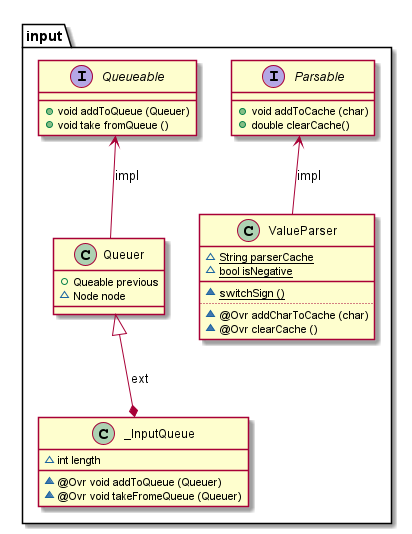
vitalispopoff/calculator keeps this PlantUML diagram as src/main/resources/static/package_input_structure.png. Above is the earlier version.
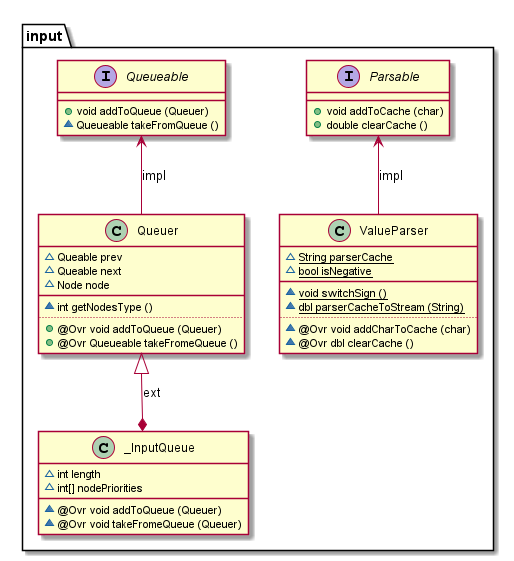
The same file after the commit.

The edit, as a diff of the source:
```diff
@@ -3,39 +3,47 @@
 package input{
 
     interface Parsable{
-            +{method} void addToCache (char)
-            +{method} double clearCache()
+            + {method} void addToCache (char)
+            + {method} double clearCache ()
     }
 
     class ValueParser{
-            ~{field}{static} String parserCache
-            ~{field}{static} bool isNegative
-            __
-            ~{method}{static}switchSign ()
-            ..
-            ~{method} @Ovr addCharToCache (char)
-            ~{method} @Ovr clearCache ()
+            ~ {field} {static} String parserCache
+            ~ {field} {static} bool isNegative
+        __
+            ~ {method} {static} void switchSign ()
+            ~ {method} {static} dbl parserCacheToStream (String)
+        ..
+            ~ {method} @Ovr void addCharToCache (char)
+            ~ {method} @Ovr dbl clearCache ()
     }
 
     interface Queueable{
-            +{method} void addToQueue (Queuer)
-            +{method} void take fromQueue ()
+            + {method} void addToQueue (Queuer)
+            ~ {method} Queueable takeFromQueue ()
     }
 
     class _InputQueue{
-            ~{field} int length
-            __
-            ~{method} @Ovr void addToQueue (Queuer)
-            ~{method} @Ovr void takeFromeQueue (Queuer)
+            ~ {field} int length
+            ~ {field} int[] nodePriorities
+        __
+            ~ {method} @Ovr void addToQueue (Queuer)
+            ~ {method} @Ovr void takeFromeQueue (Queuer)
     }
 
     class Queuer{
-            +{field} Queable previous
-            ~{field} Node node
+            ~ {field} Queable prev
+            ~ {field} Queable next
+            ~ {field} Node node
+        __
+            ~ {method} int getNodesType ()
+        ..
+            + {method} @Ovr void addToQueue (Queuer)
+            + {method} @Ovr Queueable takeFromeQueue ()
     }
 
     Parsable        <--     ValueParser     : impl
-    Queuer          <|--*    _InputQueue     : ext
+    Queuer          <|--*   _InputQueue     : ext
     Queueable       <--     Queuer          : impl
 
 @enduml
```
